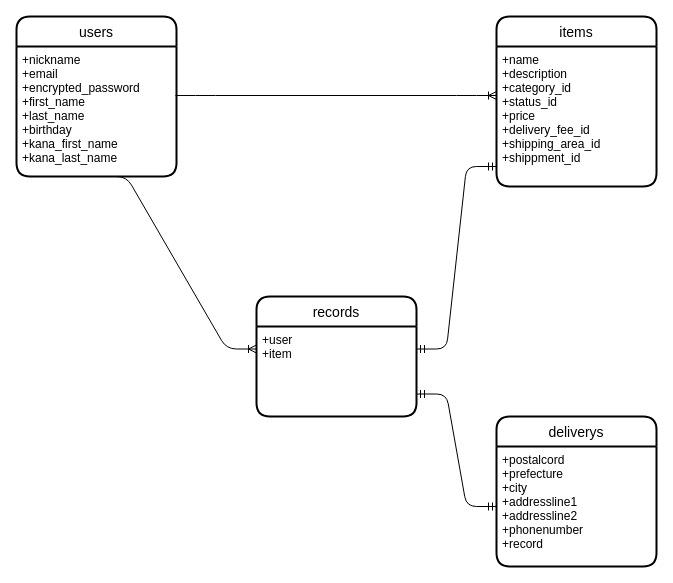
This is ER.dio from 09200515/furima-34564, a draw.io file, before an edit. Source tidied: cells renumbered, new cells numbered last; positions are measured from the earlier drawing's top-left corner, leaving out a move shared by most shapes. Both pictures are drawn from the tidied source at 100%, with x=0, y=0 at pixel (16, 16).
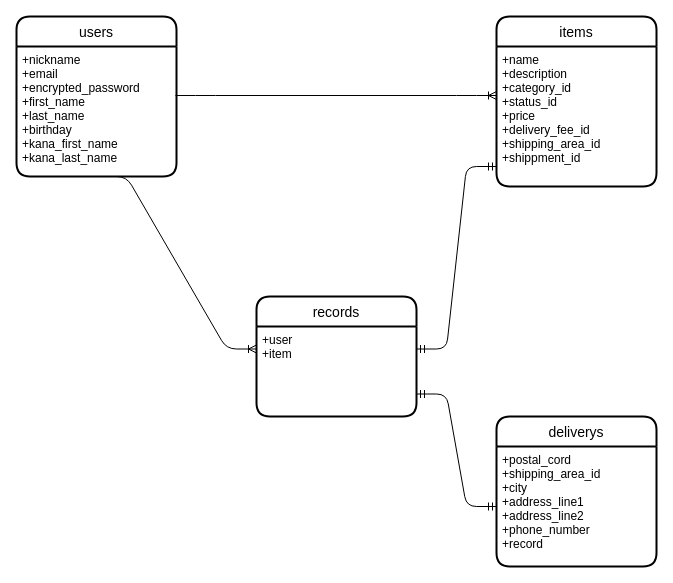
Above is the later version.

The edit, as a diff of the source:
```diff
@@
 <mxGraphModel>
   <root>
     <mxCell id="0" />
     <mxCell id="1" parent="0" />
     <mxCell id="2" value="users" style="swimlane;horizontal=1;startSize=30;rounded=1;fontSize=14;fontStyle=0;strokeWidth=2;shadow=0;dashed=0;align=center;" parent="1" vertex="1">
       <mxGeometry width="160" height="160" as="geometry" />
     </mxCell>
     <mxCell id="3" value="+nickname&#10;+email&#10;+encrypted_password&#10;+first_name&#10;+last_name&#10;+birthday&#10;+kana_first_name&#10;+kana_last_name&#10;" style="align=left;strokeColor=none;fillColor=none;spacingLeft=4;fontSize=12;verticalAlign=top;" parent="2" vertex="1">
       <mxGeometry y="30" width="160" height="130" as="geometry" />
     </mxCell>
     <mxCell id="4" value="items" style="swimlane;horizontal=1;startSize=30;rounded=1;fontSize=14;fontStyle=0;strokeWidth=2;shadow=0;dashed=0;align=center;" parent="1" vertex="1">
       <mxGeometry x="480" width="160" height="170" as="geometry" />
     </mxCell>
     <mxCell id="5" value="+name&#10;+description&#10;+category_id&#10;+status_id&#10;+price&#10;+delivery_fee_id&#10;+shipping_area_id&#10;+shippment_id" style="align=left;strokeColor=none;fillColor=none;spacingLeft=4;fontSize=12;verticalAlign=top;" parent="4" vertex="1">
       <mxGeometry y="30" width="160" height="140" as="geometry" />
     </mxCell>
     <mxCell id="6" value="records" style="swimlane;horizontal=1;startSize=30;rounded=1;fontSize=14;fontStyle=0;strokeWidth=2;shadow=0;dashed=0;align=center;" parent="1" vertex="1">
       <mxGeometry x="240" y="280" width="160" height="120" as="geometry" />
     </mxCell>
     <mxCell id="7" value="+user&#10;+item" style="align=left;strokeColor=none;fillColor=none;spacingLeft=4;fontSize=12;verticalAlign=top;" parent="6" vertex="1">
       <mxGeometry y="30" width="160" height="90" as="geometry" />
     </mxCell>
     <mxCell id="8" value="deliverys" style="swimlane;horizontal=1;startSize=30;rounded=1;fontSize=14;fontStyle=0;strokeWidth=2;shadow=0;dashed=0;align=center;" parent="1" vertex="1">
       <mxGeometry x="480" y="400" width="160" height="150" as="geometry" />
     </mxCell>
-    <mxCell id="9" value="+postalcord&#10;+prefecture&#10;+city&#10;+addressline1&#10;+addressline2&#10;+phonenumber&#10;+record" style="align=left;strokeColor=none;fillColor=none;spacingLeft=4;fontSize=12;verticalAlign=top;" parent="8" vertex="1">
+    <mxCell id="9" value="+postal_cord&#10;+shipping_area_id&#10;+city&#10;+address_line1&#10;+address_line2&#10;+phone_number&#10;+record" style="align=left;strokeColor=none;fillColor=none;spacingLeft=4;fontSize=12;verticalAlign=top;" parent="8" vertex="1">
       <mxGeometry y="30" width="160" height="120" as="geometry" />
     </mxCell>
     <mxCell id="10" style="edgeStyle=entityRelationEdgeStyle;fontSize=12;html=1;endArrow=ERoneToMany;" parent="1" edge="1">
       <mxGeometry relative="1" as="geometry">
         <mxPoint x="159" y="79" as="sourcePoint" />
         <mxPoint x="480" y="79" as="targetPoint" />
       </mxGeometry>
     </mxCell>
     <mxCell id="11" style="edgeStyle=entityRelationEdgeStyle;fontSize=12;html=1;endArrow=ERoneToMany;entryX=0;entryY=0.25;entryDx=0;entryDy=0;exitX=0.5;exitY=1;exitDx=0;exitDy=0;" parent="1" edge="1" source="3" target="7">
       <mxGeometry relative="1" as="geometry" />
     </mxCell>
     <mxCell id="12" style="edgeStyle=entityRelationEdgeStyle;fontSize=12;html=1;endArrow=ERmandOne;startArrow=ERmandOne;exitX=1;exitY=0.25;exitDx=0;exitDy=0;" parent="1" edge="1" source="7">
       <mxGeometry relative="1" as="geometry">
         <mxPoint x="480" y="150" as="targetPoint" />
       </mxGeometry>
     </mxCell>
     <mxCell id="13" style="edgeStyle=entityRelationEdgeStyle;fontSize=12;html=1;endArrow=ERmandOne;startArrow=ERmandOne;exitX=1;exitY=0.75;exitDx=0;exitDy=0;entryX=0;entryY=0.5;entryDx=0;entryDy=0;" parent="1" edge="1" source="7" target="9">
       <mxGeometry relative="1" as="geometry" />
     </mxCell>
   </root>
 </mxGraphModel>
```
